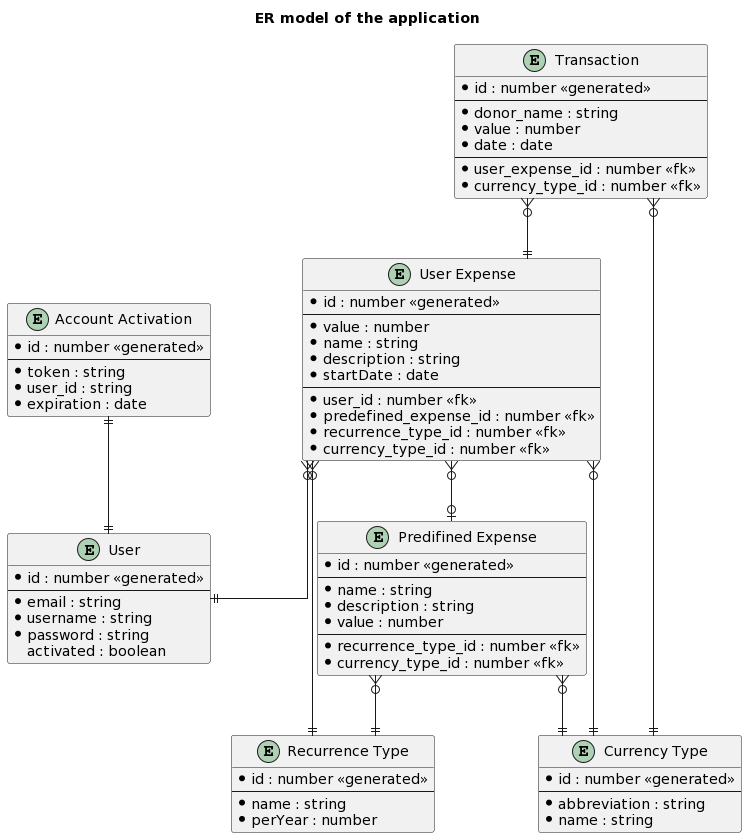
This is docs/img/er_model.png from szattila98/veryrezsi, a PlantUML export, as it was before one commit.
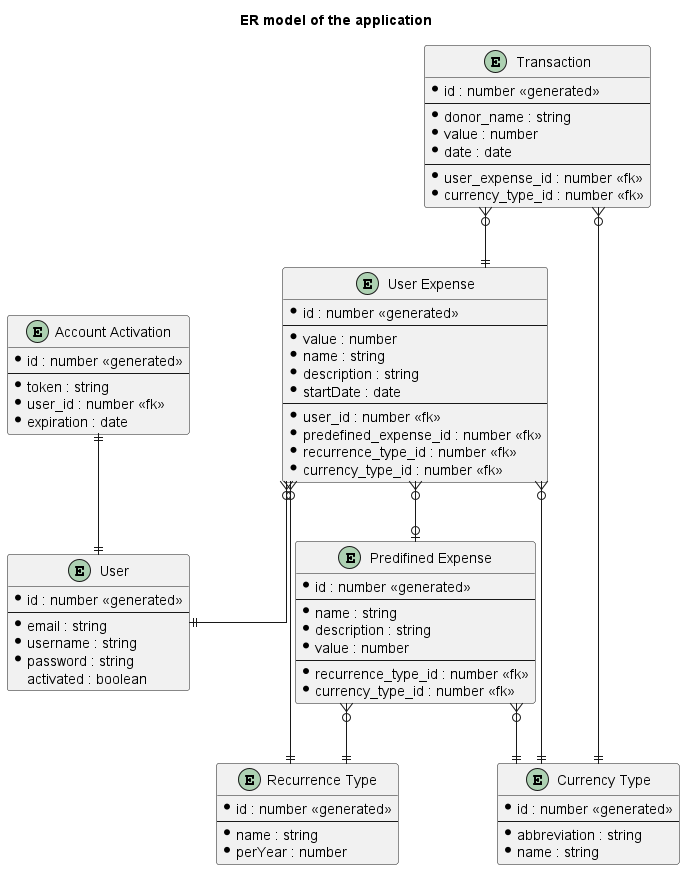
Above is the later version.

Change to the diagram source:
```diff
@@ -1,4 +1,4 @@
-@startuml
+@startuml er_model
 title ER model of the application
 skinparam linetype ortho
 
@@ -40,7 +40,7 @@
   * id : number <<generated>>
   ---
   * token : string
-  * user_id : string
+  * user_id : number <<fk>>
   * expiration : date
 }
 
```
